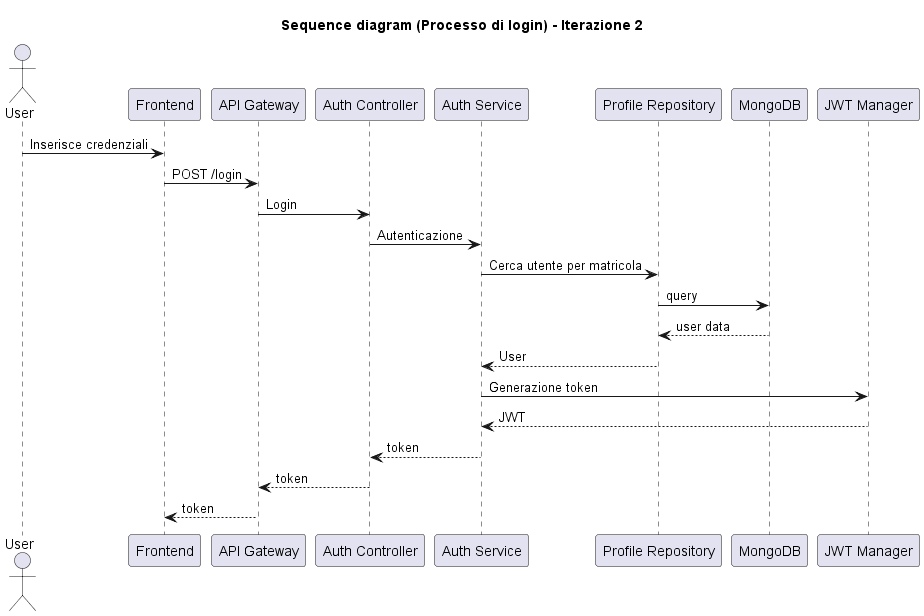
The PlantUML diagram iterazioni/iterazione2/images2/sequence_diagram2.png in RaphacePrime/AgenticUniBG, before a commit. The source it was exported from:
```plantuml
@startuml
title Sequence diagram (Processo di login) - Iterazione 2

actor User as U
participant "Frontend"          as FE
participant "API Gateway"       as GW
participant "Auth Controller"   as AC
participant "Auth Service"      as AS
participant "Profile Repository" as PR
participant "MongoDB"           as DB
participant "JWT Manager"       as JWT

U  -> FE  : Inserisce credenziali
FE -> GW  : POST /login
GW -> AC  : Login
AC -> AS  : Autenticazione
AS -> PR  : Cerca utente per matricola
PR -> DB  : query
DB --> PR : user data
PR --> AS : User
AS -> JWT : Generazione token
JWT --> AS : JWT
AS --> AC : token
AC --> GW : token
GW --> FE : token

@enduml
```
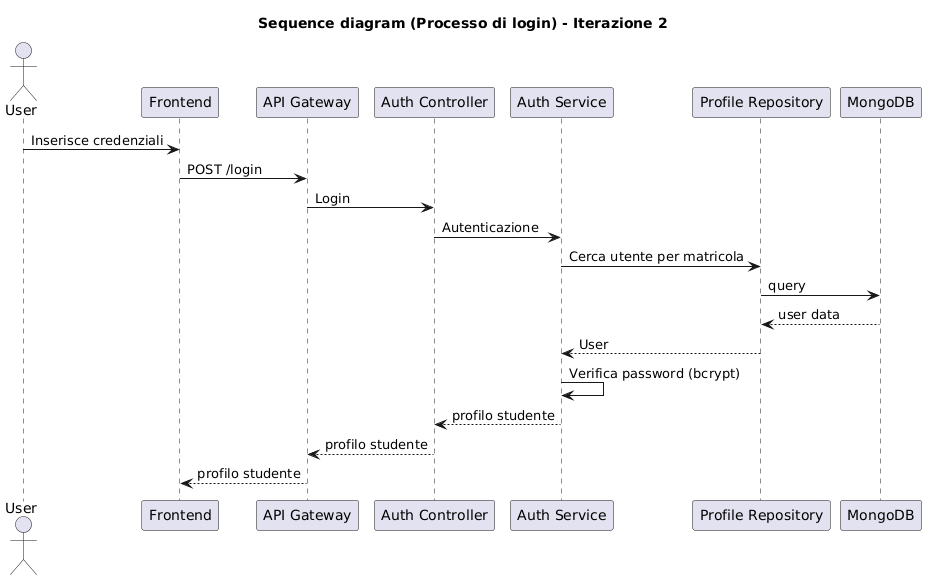
Later version of the same file.

What changed in the source:
```diff
@@ -8,7 +8,6 @@
 participant "Auth Service"      as AS
 participant "Profile Repository" as PR
 participant "MongoDB"           as DB
-participant "JWT Manager"       as JWT
 
 U  -> FE  : Inserisce credenziali
 FE -> GW  : POST /login
@@ -18,10 +17,8 @@
 PR -> DB  : query
 DB --> PR : user data
 PR --> AS : User
-AS -> JWT : Generazione token
-JWT --> AS : JWT
-AS --> AC : token
-AC --> GW : token
-GW --> FE : token
-
+AS -> AS  : Verifica password (bcrypt)
+AS --> AC : profilo studente
+AC --> GW : profilo studente
+GW --> FE : profilo studente
 @enduml
```
